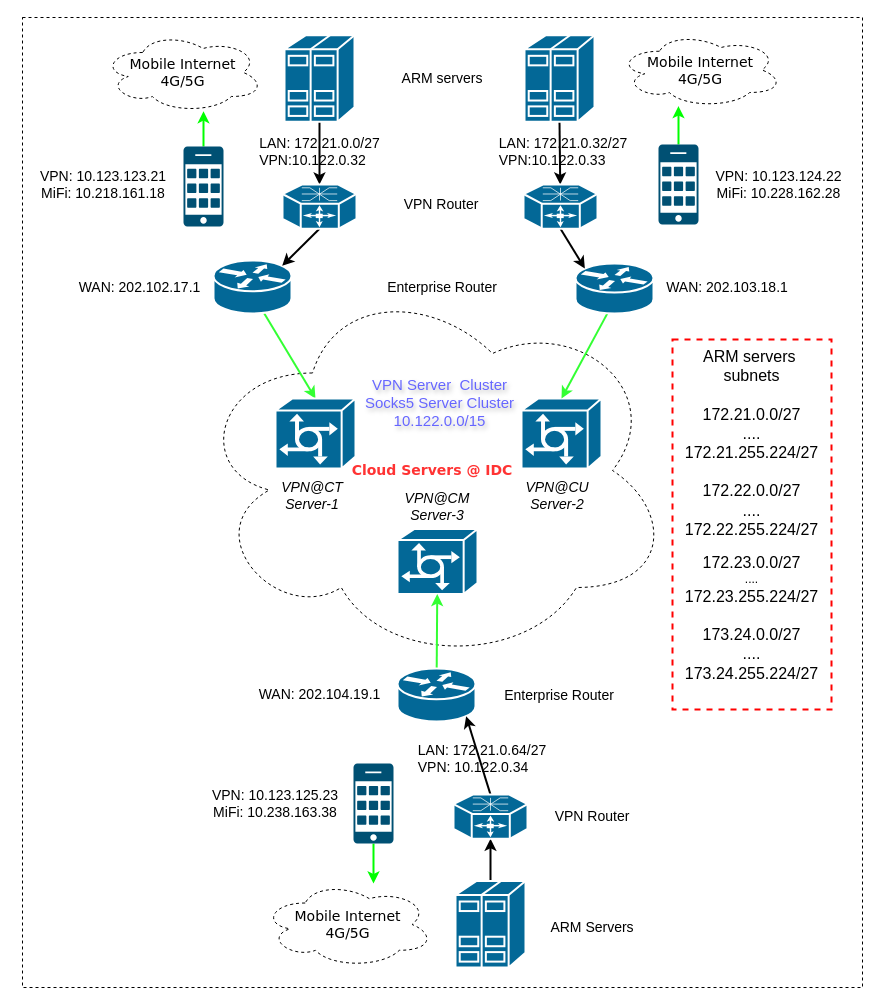
This is Untitled Diagram.drawio from nxtreaming/andy_study, a draw.io file, before an edit. Source tidied: cells renumbered, new cells numbered last; positions are measured from the earlier drawing's top-left corner, leaving out a move shared by most shapes. Both pictures are drawn from the tidied source at 100%, with x=0, y=0 at pixel (22, 17).
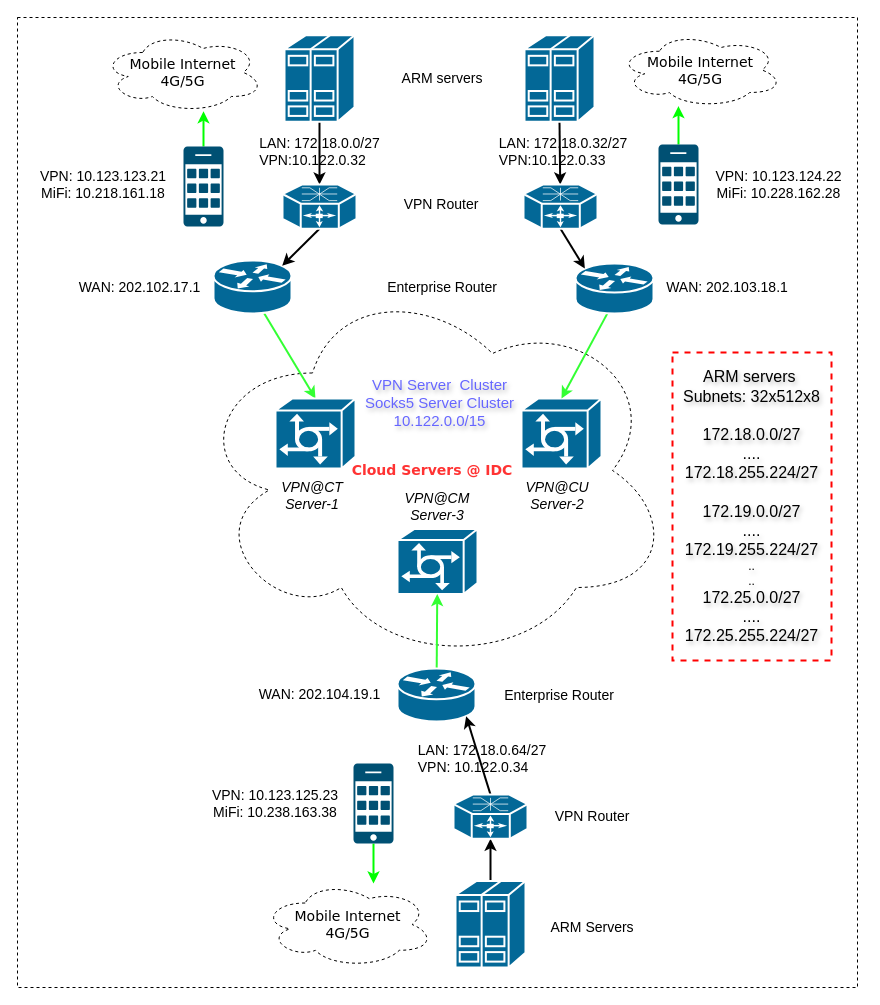
The same diagram, later.

What changed in the source:
```diff
@@
     <mxCell id="2" style="whiteSpace=wrap;html=1;fontColor=#0000FF;dashed=1;" parent="1" vertex="1">
-      <mxGeometry width="840" height="970" as="geometry" />
+      <mxGeometry x="-5" width="840" height="970" as="geometry" />
     </mxCell>
@@
-    <mxCell id="50" value="&lt;font style=&quot;font-size: 14px;&quot;&gt;LAN: 172.21.0.0/27&lt;br&gt;&lt;div style=&quot;text-align: left;&quot;&gt;&lt;span style=&quot;background-color: initial;&quot;&gt;VPN:10.122.0.32&lt;/span&gt;&lt;/div&gt;&lt;/font&gt;" style="text;strokeColor=none;align=center;fillColor=none;html=1;verticalAlign=middle;whiteSpace=wrap;rounded=0;" parent="1" vertex="1">
+    <mxCell id="50" value="&lt;font style=&quot;font-size: 14px;&quot;&gt;LAN: 172.18.0.0/27&lt;br&gt;&lt;div style=&quot;text-align: left;&quot;&gt;&lt;span style=&quot;background-color: initial;&quot;&gt;VPN:10.122.0.32&lt;/span&gt;&lt;/div&gt;&lt;/font&gt;" style="text;strokeColor=none;align=center;fillColor=none;html=1;verticalAlign=middle;whiteSpace=wrap;rounded=0;" parent="1" vertex="1">
       <mxGeometry x="234.5" y="119" width="125" height="30" as="geometry" />
     </mxCell>
-    <mxCell id="51" value="&lt;font style=&quot;font-size: 14px;&quot;&gt;LAN: 172.21.0.32/27&lt;br&gt;&lt;div style=&quot;text-align: left;&quot;&gt;&lt;span style=&quot;background-color: initial;&quot;&gt;VPN:10.122.0.33&lt;/span&gt;&lt;/div&gt;&lt;/font&gt;" style="text;strokeColor=none;align=center;fillColor=none;html=1;verticalAlign=middle;whiteSpace=wrap;rounded=0;" parent="1" vertex="1">
+    <mxCell id="51" value="&lt;font style=&quot;font-size: 14px;&quot;&gt;LAN: 172.18.0.32/27&lt;br&gt;&lt;div style=&quot;text-align: left;&quot;&gt;&lt;span style=&quot;background-color: initial;&quot;&gt;VPN:10.122.0.33&lt;/span&gt;&lt;/div&gt;&lt;/font&gt;" style="text;strokeColor=none;align=center;fillColor=none;html=1;verticalAlign=middle;whiteSpace=wrap;rounded=0;" parent="1" vertex="1">
       <mxGeometry x="471" y="119" width="140" height="30" as="geometry" />
     </mxCell>
-    <mxCell id="52" value="&lt;font style=&quot;font-size: 14px;&quot;&gt;LAN: 172.21.0.64/27&lt;br&gt;&lt;div style=&quot;text-align: left;&quot;&gt;&lt;span style=&quot;background-color: initial;&quot;&gt;VPN: 10.122.0.34&lt;/span&gt;&lt;/div&gt;&lt;/font&gt;" style="text;strokeColor=none;align=center;fillColor=none;html=1;verticalAlign=middle;whiteSpace=wrap;rounded=0;" parent="1" vertex="1">
+    <mxCell id="52" value="&lt;font style=&quot;font-size: 14px;&quot;&gt;LAN: 172.18.0.64/27&lt;br&gt;&lt;div style=&quot;text-align: left;&quot;&gt;&lt;span style=&quot;background-color: initial;&quot;&gt;VPN: 10.122.0.34&lt;/span&gt;&lt;/div&gt;&lt;/font&gt;" style="text;strokeColor=none;align=center;fillColor=none;html=1;verticalAlign=middle;whiteSpace=wrap;rounded=0;" parent="1" vertex="1">
       <mxGeometry x="390" y="726" width="140" height="30" as="geometry" />
     </mxCell>
-    <mxCell id="53" value="&lt;div&gt;&lt;span style=&quot;font-size: medium; background-color: initial;&quot;&gt;ARM servers&amp;nbsp;&lt;/span&gt;&lt;br&gt;&lt;/div&gt;&lt;div&gt;&lt;font size=&quot;3&quot;&gt;subnets&lt;/font&gt;&lt;/div&gt;&lt;div&gt;&lt;span style=&quot;font-size: medium; background-color: initial;&quot;&gt;&lt;br&gt;&lt;/span&gt;&lt;/div&gt;&lt;div&gt;&lt;span style=&quot;font-size: medium; background-color: initial;&quot;&gt;172.21.0.0/27&lt;/span&gt;&lt;/div&gt;&lt;div&gt;&lt;span style=&quot;background-color: initial; font-size: medium;&quot;&gt;....&lt;/span&gt;&lt;/div&gt;&lt;div&gt;&lt;span style=&quot;background-color: initial; font-size: medium;&quot;&gt;172.21.255.224/27&lt;/span&gt;&lt;/div&gt;&lt;div&gt;&lt;span style=&quot;background-color: initial; font-size: medium;&quot;&gt;&lt;br&gt;&lt;/span&gt;&lt;/div&gt;&lt;div&gt;&lt;span style=&quot;background-color: initial; font-size: medium;&quot;&gt;172.22.0.0/27&lt;/span&gt;&lt;/div&gt;&lt;div&gt;&lt;span style=&quot;background-color: initial; font-size: medium;&quot;&gt;....&lt;/span&gt;&lt;/div&gt;&lt;div&gt;&lt;span style=&quot;background-color: initial; font-size: medium;&quot;&gt;172.22.255.224/27&lt;/span&gt;&lt;/div&gt;&lt;div&gt;&lt;br&gt;&lt;/div&gt;&lt;div&gt;&lt;span style=&quot;background-color: initial; font-size: medium;&quot;&gt;172.23.0.0/27&lt;/span&gt;&lt;/div&gt;&lt;div&gt;....&lt;/div&gt;&lt;div&gt;&lt;font size=&quot;3&quot;&gt;172.23.255.224/27&lt;/font&gt;&lt;/div&gt;&lt;div&gt;&lt;font size=&quot;3&quot;&gt;&lt;br&gt;&lt;/font&gt;&lt;/div&gt;&lt;div&gt;&lt;font size=&quot;3&quot;&gt;173.24.0.0/27&lt;/font&gt;&lt;/div&gt;&lt;div&gt;&lt;font size=&quot;3&quot;&gt;....&lt;/font&gt;&lt;/div&gt;&lt;div&gt;&lt;font size=&quot;3&quot;&gt;173.24.255.224/27&lt;/font&gt;&lt;/div&gt;&lt;div&gt;&lt;font size=&quot;3&quot; color=&quot;#ff66b3&quot;&gt;&lt;br&gt;&lt;/font&gt;&lt;/div&gt;" style="whiteSpace=wrap;html=1;strokeColor=#FF0000;dashed=1;strokeWidth=2;" parent="1" vertex="1">
-      <mxGeometry x="650" y="322" width="159" height="370" as="geometry" />
+    <mxCell id="53" value="&lt;div&gt;&lt;span style=&quot;font-size: medium; background-color: initial;&quot;&gt;ARM servers&amp;nbsp;&lt;/span&gt;&lt;br&gt;&lt;/div&gt;&lt;div&gt;&lt;font size=&quot;3&quot;&gt;Subnets: 32x512x8&lt;/font&gt;&lt;/div&gt;&lt;div&gt;&lt;span style=&quot;font-size: medium; background-color: initial;&quot;&gt;&lt;br&gt;&lt;/span&gt;&lt;/div&gt;&lt;div&gt;&lt;span style=&quot;font-size: medium; background-color: initial;&quot;&gt;172.18.0.0/27&lt;/span&gt;&lt;/div&gt;&lt;div&gt;&lt;span style=&quot;background-color: initial; font-size: medium;&quot;&gt;....&lt;/span&gt;&lt;/div&gt;&lt;div&gt;&lt;span style=&quot;background-color: initial; font-size: medium;&quot;&gt;172.18.255.224/27&lt;/span&gt;&lt;/div&gt;&lt;div&gt;&lt;span style=&quot;background-color: initial; font-size: medium;&quot;&gt;&lt;br&gt;&lt;/span&gt;&lt;/div&gt;&lt;div&gt;&lt;span style=&quot;background-color: initial; font-size: medium;&quot;&gt;172.19.0.0/27&lt;/span&gt;&lt;/div&gt;&lt;div&gt;&lt;span style=&quot;background-color: initial; font-size: medium;&quot;&gt;....&lt;/span&gt;&lt;/div&gt;&lt;div&gt;&lt;span style=&quot;background-color: initial; font-size: medium;&quot;&gt;172.19.255.224/27&lt;/span&gt;&lt;/div&gt;&lt;div&gt;..&lt;/div&gt;&lt;div&gt;..&lt;/div&gt;&lt;div&gt;&lt;font size=&quot;3&quot;&gt;172.25.0.0/27&lt;/font&gt;&lt;/div&gt;&lt;div&gt;&lt;font size=&quot;3&quot;&gt;....&lt;/font&gt;&lt;/div&gt;&lt;div&gt;&lt;font size=&quot;3&quot;&gt;172.25.255.224/27&lt;/font&gt;&lt;/div&gt;" style="whiteSpace=wrap;html=1;strokeColor=#FF0000;dashed=1;strokeWidth=2;textShadow=1;" parent="1" vertex="1">
+      <mxGeometry x="650" y="335" width="159" height="308" as="geometry" />
     </mxCell>
```
